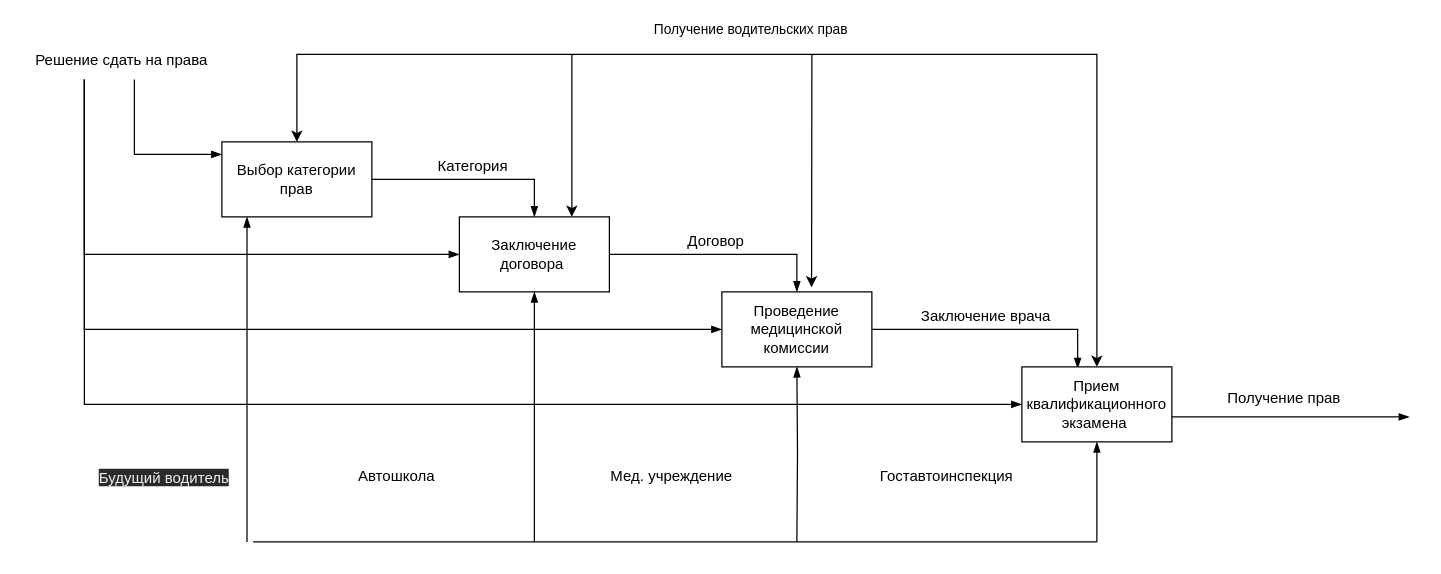
IcRipperr/IDEF0 keeps this draw.io diagram as system_voditel_prava.drawio. Above is the earlier version. Source tidied: cells renumbered, new cells numbered last; positions are measured from the earlier drawing's top-left corner, leaving out a move shared by most shapes. Both pictures are drawn from the tidied source at 125%, with x=0, y=0 at pixel (21, 41).
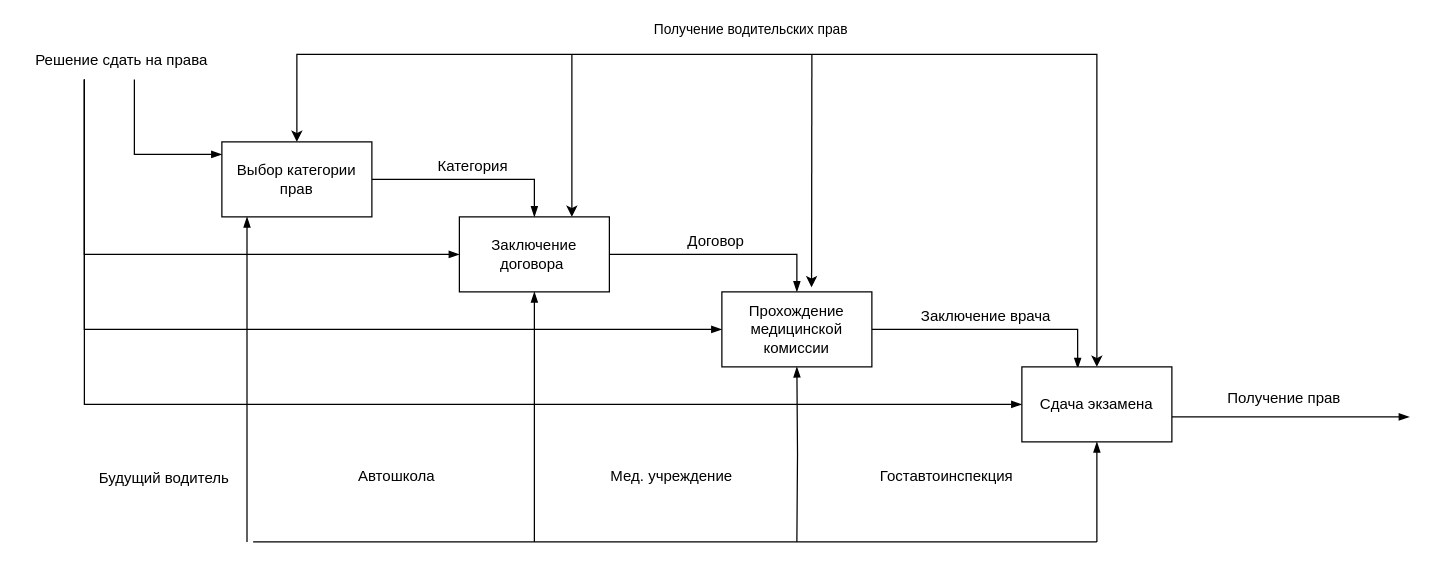
The same diagram, later.

What changed in the source:
```diff
@@
-    <mxCell id="7" value="Проведение медицинской комиссии" style="rounded=0;whiteSpace=wrap;html=1;fontSize=12;" parent="1" vertex="1">
+    <mxCell id="7" value="Прохождение медицинской комиссии" style="rounded=0;whiteSpace=wrap;html=1;fontSize=12;" parent="1" vertex="1">
       <mxGeometry x="560" y="200" width="120" height="60" as="geometry" />
     </mxCell>
@@
-    <mxCell id="9" value="Прием квалификационного экзамена&amp;nbsp;" style="rounded=0;whiteSpace=wrap;html=1;fontSize=12;" parent="1" vertex="1">
+    <mxCell id="9" value="Сдача экзамена" style="rounded=0;whiteSpace=wrap;html=1;fontSize=12;" parent="1" vertex="1">
       <mxGeometry x="800" y="260" width="120" height="60" as="geometry" />
     </mxCell>
@@
-    <mxCell id="28" value="&lt;span style=&quot;color: rgb(240, 240, 240); font-family: Helvetica; font-size: 12px; font-style: normal; font-variant-ligatures: normal; font-variant-caps: normal; font-weight: 400; letter-spacing: normal; orphans: 2; text-align: center; text-indent: 0px; text-transform: none; widows: 2; word-spacing: 0px; -webkit-text-stroke-width: 0px; background-color: rgb(42, 42, 42); text-decoration-thickness: initial; text-decoration-style: initial; text-decoration-color: initial; float: none; display: inline !important;&quot;&gt;Будущий водитель&lt;/span&gt;" style="text;whiteSpace=wrap;html=1;" parent="1" vertex="1">
+    <mxCell id="28" value="&lt;span style=&quot;font-family: Helvetica; font-size: 12px; font-style: normal; font-variant-ligatures: normal; font-variant-caps: normal; font-weight: 400; letter-spacing: normal; orphans: 2; text-align: center; text-indent: 0px; text-transform: none; widows: 2; word-spacing: 0px; -webkit-text-stroke-width: 0px; text-decoration-thickness: initial; text-decoration-style: initial; text-decoration-color: initial; float: none; display: inline !important;&quot;&gt;Будущий водитель&lt;/span&gt;" style="text;whiteSpace=wrap;html=1;fontColor=default;labelBackgroundColor=none;" parent="1" vertex="1">
       <mxGeometry x="60" y="335" width="110" height="25" as="geometry" />
     </mxCell>
```
